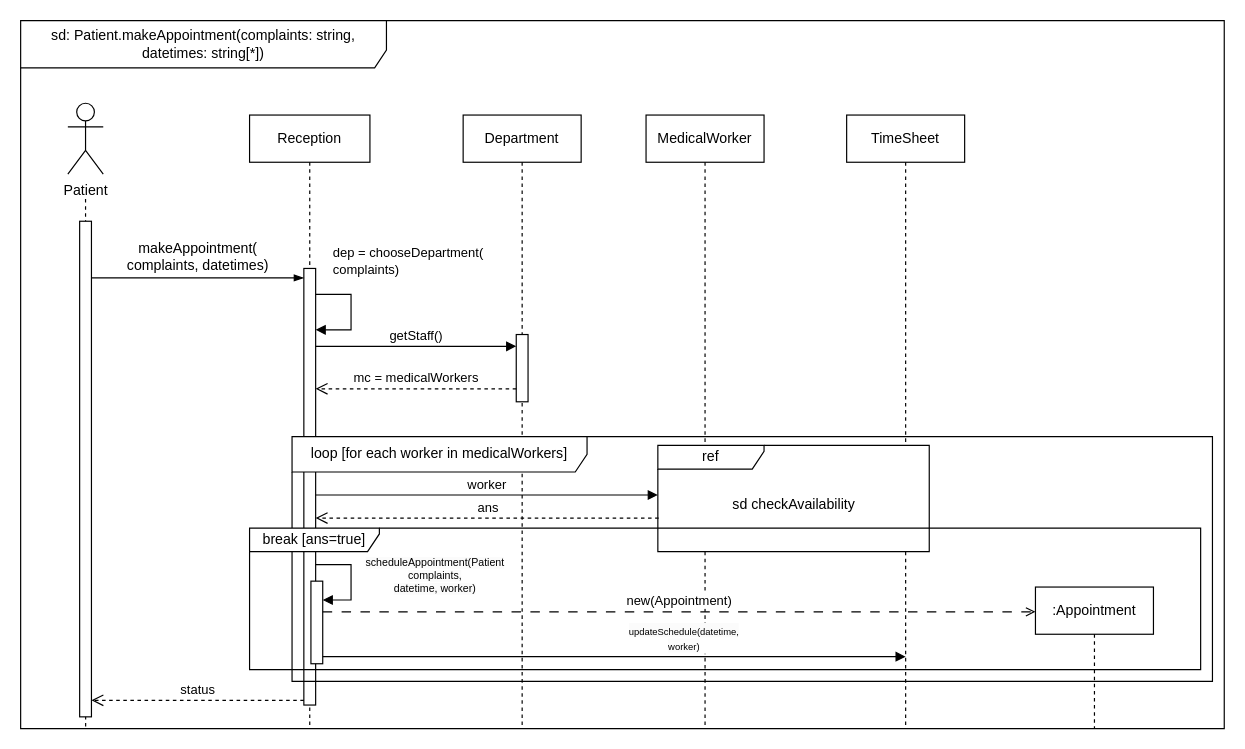
Before: page "SD1" (1 of 3) of lab2/.drawio/SD.drawio in nedeadinside/oaoaoaoaoaoaoaoa, a draw.io diagram. Source tidied: cells renumbered, new cells numbered last; positions are measured from the earlier drawing's top-left corner, leaving out a move shared by most shapes. Both pictures are drawn from the tidied source at 118%, with x=0, y=0 at pixel (20, 20).
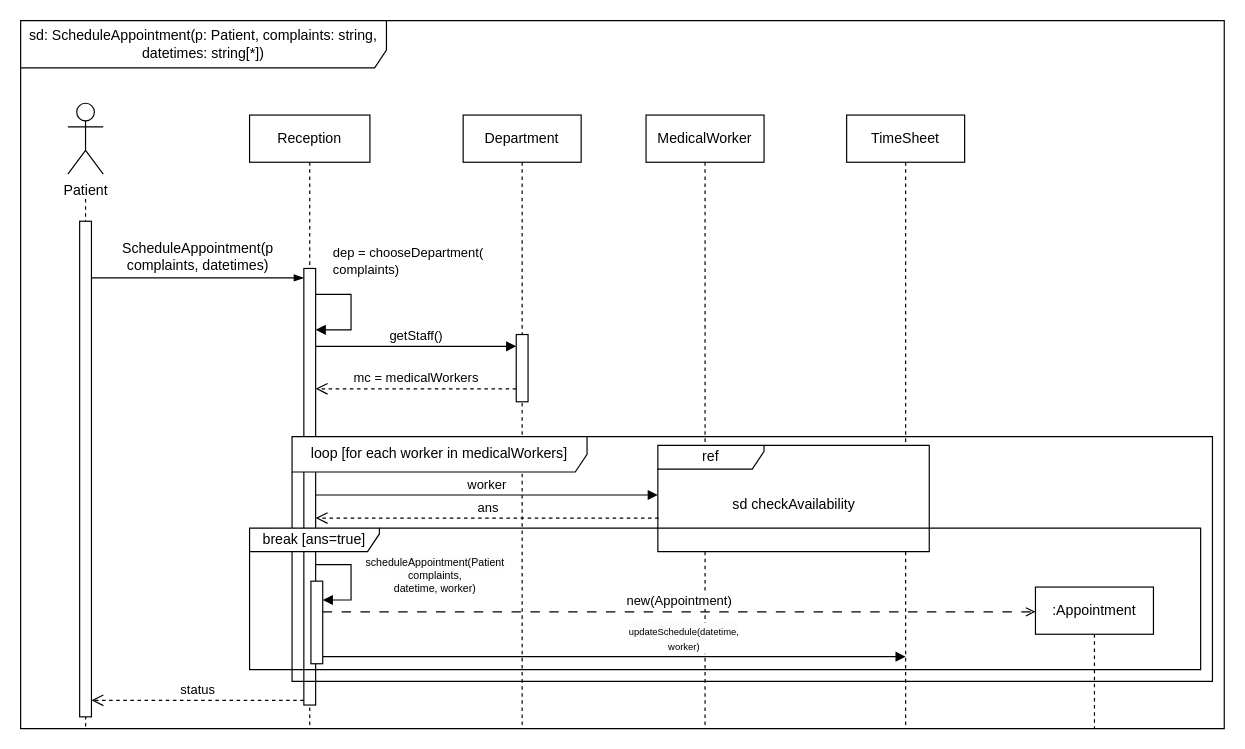
After the change.

The edit, as a diff of the source:
```diff
@@
-    <mxCell id="2" value="sd: Patient.makeAppointment(complaints: string, datetimes: string[*])" style="shape=umlFrame;whiteSpace=wrap;html=1;width=310;height=40;swimlaneFillColor=default;" parent="1" vertex="1">
+    <mxCell id="2" value="sd: ScheduleAppointment(p: Patient, complaints: string, datetimes: string[*])" style="shape=umlFrame;whiteSpace=wrap;html=1;width=310;height=40;swimlaneFillColor=default;" parent="1" vertex="1">
       <mxGeometry width="1020" height="600" as="geometry" />
     </mxCell>
@@
-    <mxCell id="13" value="makeAppointment(&lt;div&gt;complaints,&amp;nbsp;&lt;span style=&quot;background-color: initial;&quot;&gt;datetimes)&lt;/span&gt;&lt;/div&gt;" style="text;html=1;align=center;verticalAlign=middle;strokeColor=none;fillColor=none;" parent="1" vertex="1">
-      <mxGeometry x="80" y="180" width="140" height="40" as="geometry" />
+    <mxCell id="13" value="ScheduleAppointment(p&lt;div&gt;complaints,&amp;nbsp;&lt;span style=&quot;background-color: initial;&quot;&gt;datetimes)&lt;/span&gt;&lt;/div&gt;" style="text;html=1;align=center;verticalAlign=middle;strokeColor=none;fillColor=none;" parent="1" vertex="1">
+      <mxGeometry x="75" y="180" width="150" height="40" as="geometry" />
     </mxCell>
```
